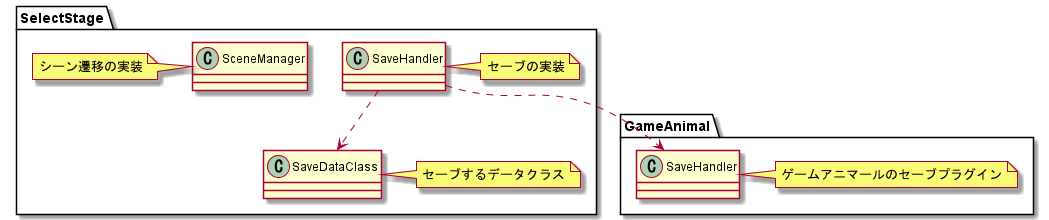
Before: Assets/_SlimeCatch/Docs/SelectStage.png, a diagram exported from PlantUML (RiseManagement/SlimeCatch).
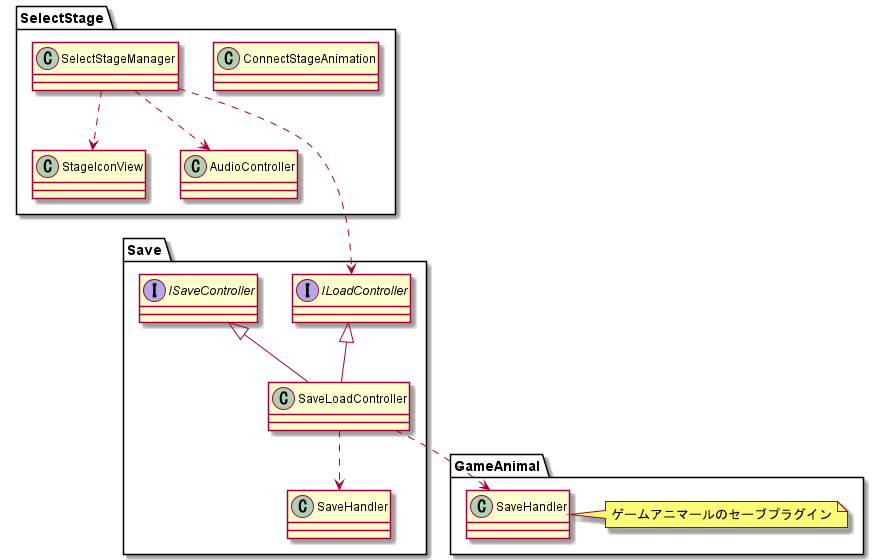
The same diagram one commit later.

Commit message:
docs: タイトルとステージ選択シーンのクラス図の更新

The edit, as a diff of the source:
```diff
@@ -1,22 +1,30 @@
 @startuml
 
 namespace SelectStage{
-    class SaveDataClass
-    note right: セーブするデータクラス
-    class SaveHandler
-    note right: セーブの実装
 
-    class SceneManager
-    note left: シーン遷移の実装
+    class ConnectStageAnimation
+    class SelectStageManager
+    class StageIconView
+    class AudioController
 
-
-    SaveHandler ..> SaveDataClass
-
-
-
+    SelectStageManager ..> AudioController
+    SelectStageManager ..> StageIconView
 }
 
-SelectStage.SaveHandler ..> GameAnimal.SaveHandler
+namespace Save{
+    class SaveHandler
+    class SaveLoadController
+    interface ILoadController
+    interface ISaveController
+
+    SaveLoadController ..> SaveHandler
+
+    ILoadController <|-- SaveLoadController
+    ISaveController <|-- SaveLoadController
+}
+
+Save.SaveLoadController ..> GameAnimal.SaveHandler
+SelectStage.SelectStageManager ...> Save.ILoadController
 
 namespace GameAnimal{
     class SaveHandler
```
